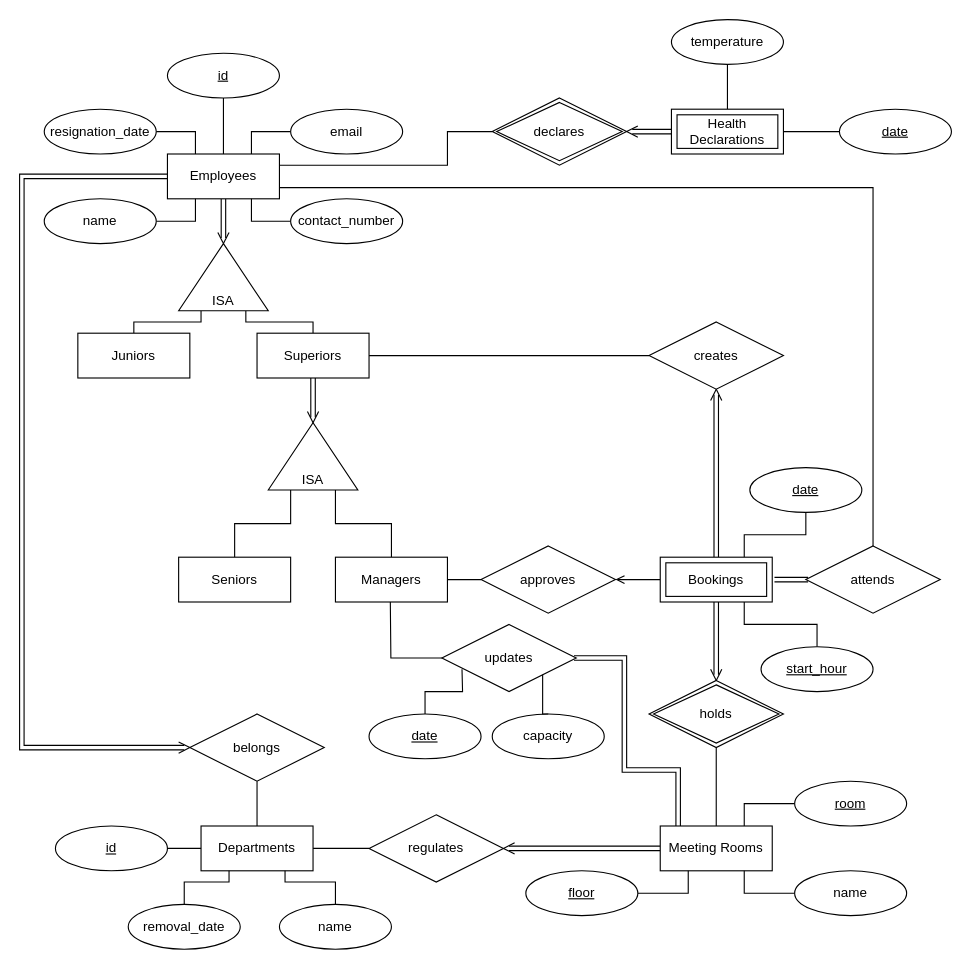
Above: ER Diagram.drawio in dextertanyj/CS2102-Database-Systems (draw.io), before the change. Source tidied: cells renumbered, new cells numbered last; positions are measured from the earlier drawing's top-left corner, leaving out a move shared by most shapes. Both pictures are drawn from the tidied source at 112%, with x=0, y=0 at pixel (21, 19).
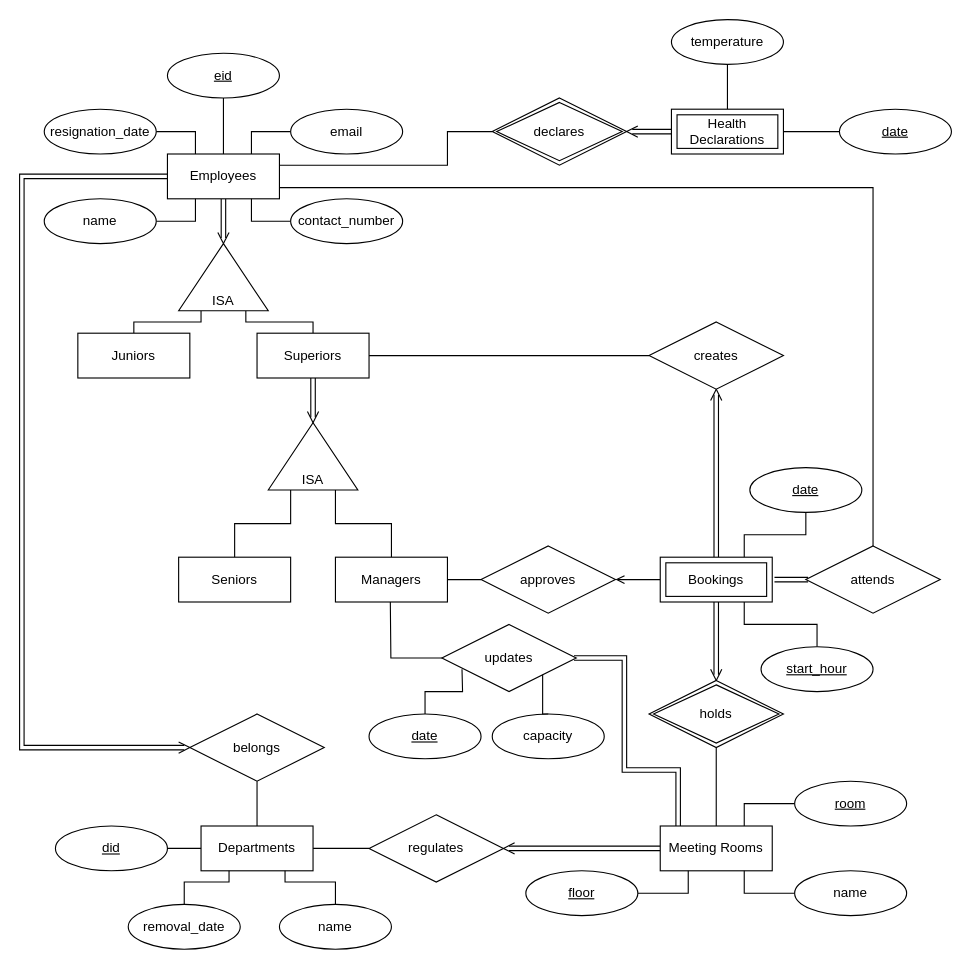
The same diagram, later.

Commit message (it also covers changes not shown here):
Complete schema

Diff of the diagram source:
```diff
@@
-    <mxCell id="23" value="id" style="ellipse;whiteSpace=wrap;html=1;align=center;fontStyle=4;" parent="1" vertex="1">
+    <mxCell id="23" value="did" style="ellipse;whiteSpace=wrap;html=1;align=center;fontStyle=4;" parent="1" vertex="1">
       <mxGeometry x="30" y="720" width="100" height="40" as="geometry" />
     </mxCell>
@@
-    <mxCell id="32" value="id" style="ellipse;whiteSpace=wrap;html=1;align=center;fontStyle=4;" parent="1" vertex="1">
+    <mxCell id="32" value="eid" style="ellipse;whiteSpace=wrap;html=1;align=center;fontStyle=4;" parent="1" vertex="1">
       <mxGeometry x="130" y="30" width="100" height="40" as="geometry" />
     </mxCell>
```
